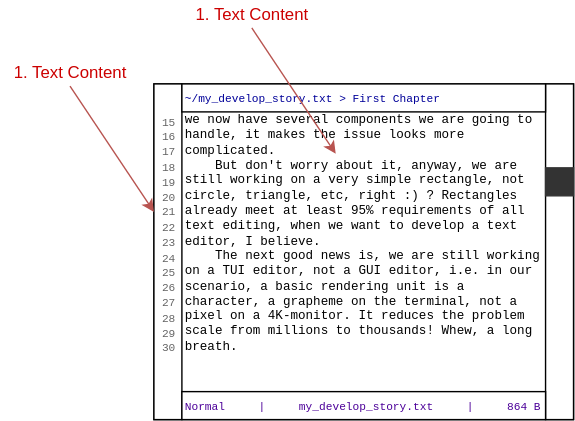
Before: images/1-TUI-3-Layout.1.drawio.svg, a diagram exported from draw.io (rsvim/rfc). Source tidied: cells renumbered, new cells last; positions are measured from the earlier drawing's top-left corner, leaving out a move shared by most shapes.
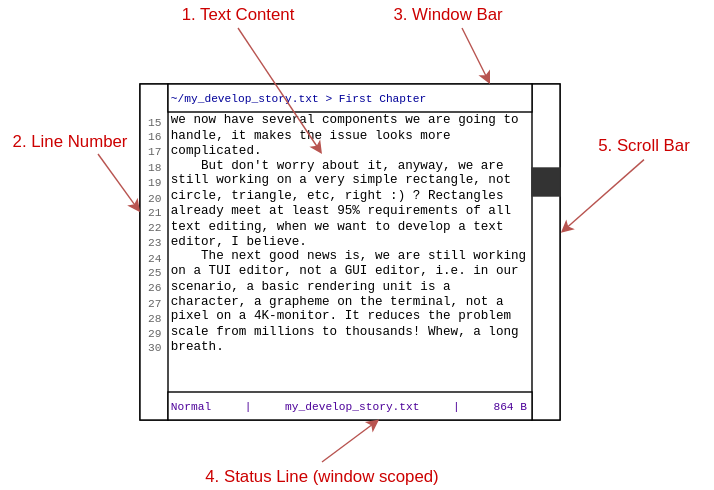
Later version of the same file.

The edit, as a diff of the source:
```diff
@@ -77,13 +77,35 @@
     <mxCell id="26" style="endArrow=classic;html=1;rounded=0;exitX=0.5;exitY=1;exitDx=0;exitDy=0;entryX=0.423;entryY=0.183;entryDx=0;entryDy=0;entryPerimeter=0;fontColor=#CC0000;fillColor=#f8cecc;strokeColor=#b85450;" parent="1" edge="1" source="25" target="7">
       <mxGeometry relative="1" as="geometry" />
     </mxCell>
-    <mxCell id="27" value="1. Text Content" style="text;html=1;whiteSpace=wrap;strokeColor=none;fillColor=none;align=center;verticalAlign=middle;rounded=0;fontColor=#CC0000;" parent="1" vertex="1">
-      <mxGeometry y="41.5" width="100" height="20" as="geometry" />
+    <mxCell id="27" value="2. Line Number" style="text;html=1;whiteSpace=wrap;strokeColor=none;fillColor=none;align=center;verticalAlign=middle;rounded=0;fontColor=#CC0000;" parent="1" vertex="1">
+      <mxGeometry x="10" y="91" width="100" height="20" as="geometry" />
     </mxCell>
-    <mxCell id="28" style="endArrow=classic;html=1;rounded=0;exitX=0.5;exitY=1;exitDx=0;exitDy=0;entryX=0.423;entryY=0.183;entryDx=0;entryDy=0;entryPerimeter=0;fontColor=#CC0000;fillColor=#f8cecc;strokeColor=#b85450;" parent="1" edge="1" source="27">
+    <mxCell id="28" style="endArrow=classic;html=1;rounded=0;entryX=0.423;entryY=0.183;entryDx=0;entryDy=0;entryPerimeter=0;fontColor=#CC0000;fillColor=#f8cecc;strokeColor=#b85450;" parent="1" edge="1">
       <mxGeometry relative="1" as="geometry">
+        <mxPoint x="80" y="110" as="sourcePoint" />
         <mxPoint x="110" y="151.5" as="targetPoint" />
       </mxGeometry>
     </mxCell>
+    <mxCell id="29" value="3. Window Bar" style="text;html=1;whiteSpace=wrap;strokeColor=none;fillColor=none;align=center;verticalAlign=middle;rounded=0;fontColor=#CC0000;" parent="1" vertex="1">
+      <mxGeometry x="280" width="100" height="20" as="geometry" />
+    </mxCell>
+    <mxCell id="30" style="endArrow=classic;html=1;rounded=0;entryX=0.423;entryY=0.183;entryDx=0;entryDy=0;entryPerimeter=0;fontColor=#CC0000;fillColor=#f8cecc;strokeColor=#b85450;" parent="1" edge="1">
+      <mxGeometry relative="1" as="geometry">
+        <mxPoint x="340" y="20" as="sourcePoint" />
+        <mxPoint x="360" y="60" as="targetPoint" />
+      </mxGeometry>
+    </mxCell>
+    <mxCell id="31" value="4. Status Line (window scoped)" style="text;html=1;whiteSpace=wrap;strokeColor=none;fillColor=none;align=center;verticalAlign=middle;rounded=0;fontColor=#CC0000;" parent="1" vertex="1">
+      <mxGeometry x="150" y="330" width="180" height="20" as="geometry" />
+    </mxCell>
+    <mxCell id="32" style="endArrow=classic;html=1;rounded=0;entryX=0.58;entryY=0.981;entryDx=0;entryDy=0;fontColor=#CC0000;fillColor=#f8cecc;strokeColor=#b85450;exitX=0.5;exitY=0;exitDx=0;exitDy=0;entryPerimeter=0;" parent="1" edge="1" source="31" target="6">
+      <mxGeometry relative="1" as="geometry" />
+    </mxCell>
+    <mxCell id="33" value="5. Scroll Bar" style="text;html=1;whiteSpace=wrap;strokeColor=none;fillColor=none;align=center;verticalAlign=middle;rounded=0;fontColor=#CC0000;" parent="1" vertex="1">
+      <mxGeometry x="420" y="94" width="100" height="20" as="geometry" />
+    </mxCell>
+    <mxCell id="34" style="endArrow=classic;html=1;rounded=0;entryX=1.031;entryY=0.443;entryDx=0;entryDy=0;entryPerimeter=0;fontColor=#CC0000;fillColor=#f8cecc;strokeColor=#b85450;exitX=0.5;exitY=1;exitDx=0;exitDy=0;" parent="1" edge="1" source="33" target="4">
+      <mxGeometry relative="1" as="geometry" />
+    </mxCell>
   </root>
 </mxGraphModel>
```
